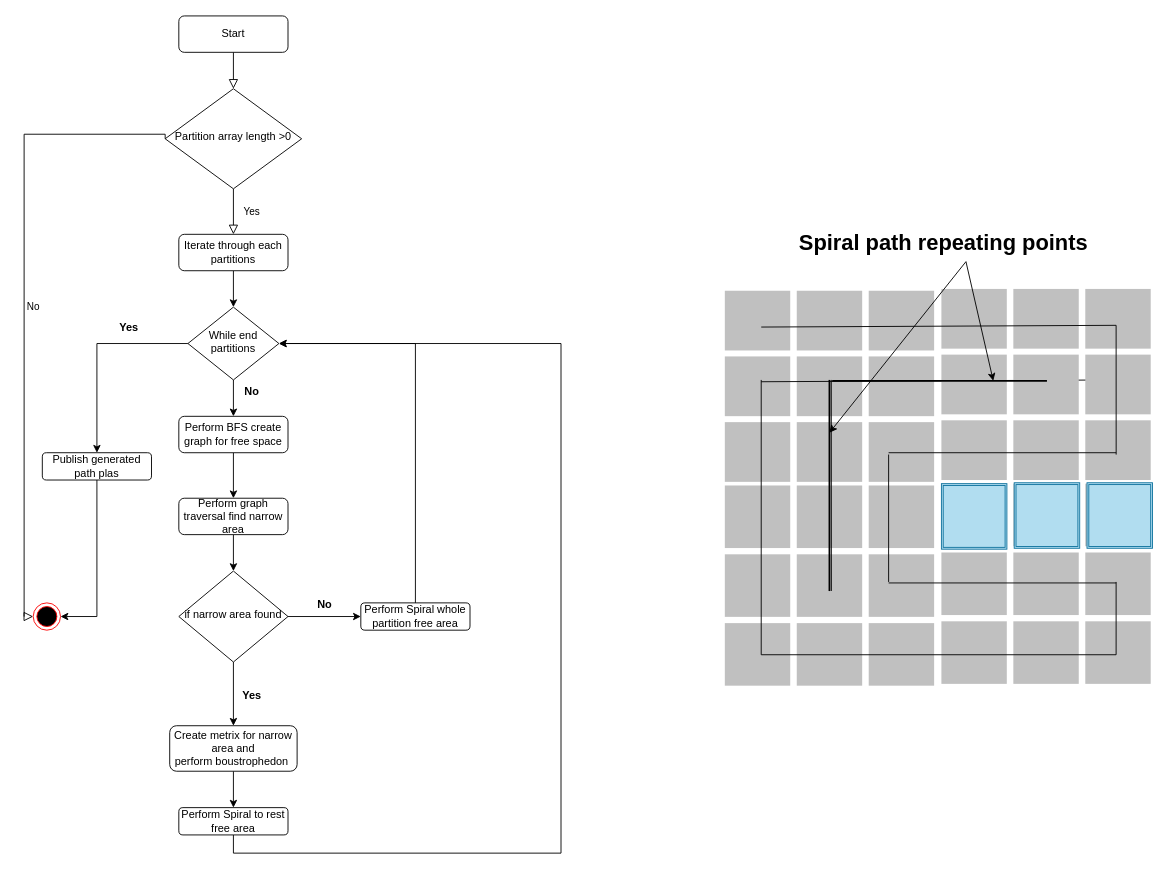
This is page "Page-3" (3 of 3) of Path planning flow chart.drawio from RandikaVS/Edfoci-chat-server, a draw.io file, before an edit. Source tidied: cells renumbered, new cells numbered last; positions are measured from the earlier drawing's top-left corner, leaving out a move shared by most shapes. Both pictures are drawn from the tidied source at 91%, with x=0, y=0 at pixel (24, 15).
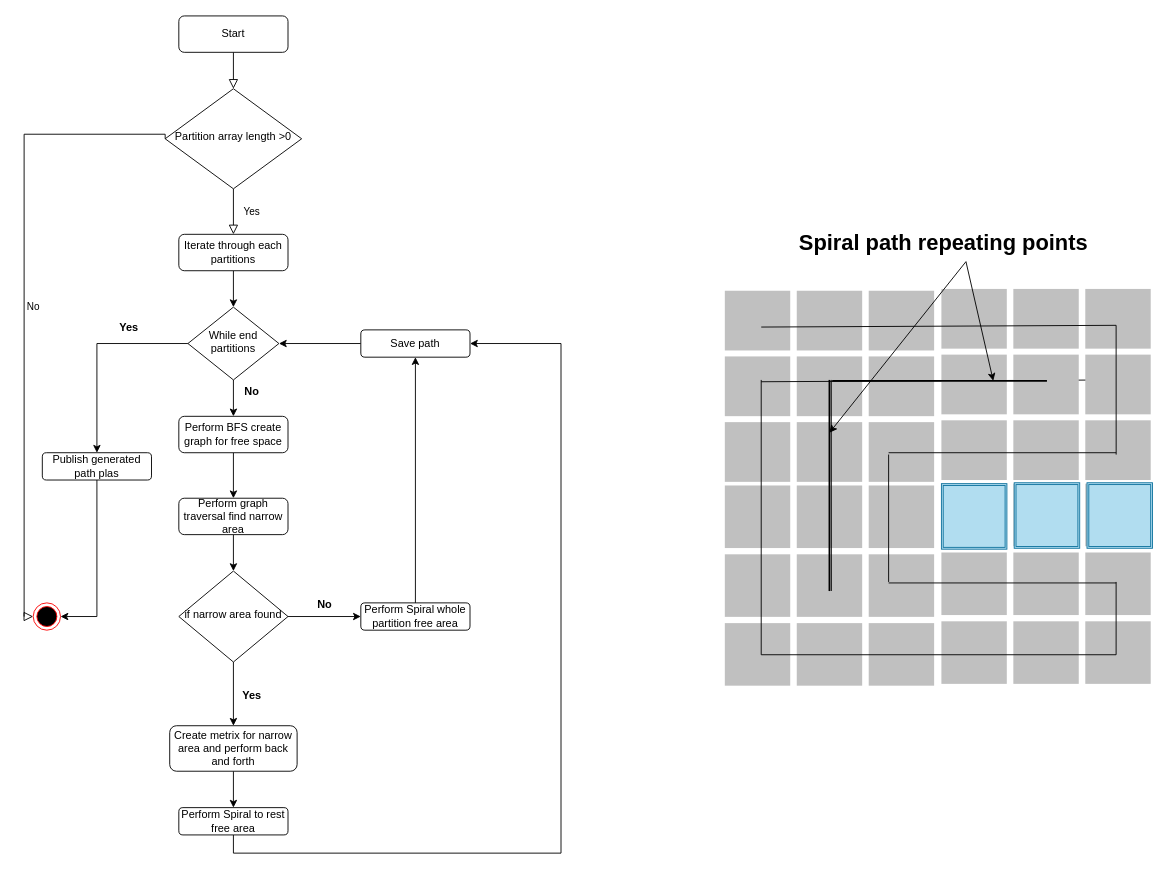
Above is the later version.

Unchanged cells that the change refers to:
```xml
<mxCell id="13" value="While end partitions" style="rhombus;whiteSpace=wrap;html=1;shadow=0;fontFamily=Helvetica;fontSize=12;align=center;strokeWidth=1;spacing=6;spacingTop=-4;" parent="1" vertex="1">
  <mxGeometry x="180" y="320" width="100" height="80" as="geometry" />
</mxCell>
<mxCell id="25" value="Perform Spiral to rest free area" style="rounded=1;whiteSpace=wrap;html=1;fontSize=12;glass=0;strokeWidth=1;shadow=0;" parent="1" vertex="1">
  <mxGeometry x="170" y="870" width="120" height="30" as="geometry" />
</mxCell>
<mxCell id="29" value="Perform Spiral whole partition free area" style="rounded=1;whiteSpace=wrap;html=1;fontSize=12;glass=0;strokeWidth=1;shadow=0;" parent="1" vertex="1">
  <mxGeometry x="370" y="645" width="120" height="30" as="geometry" />
</mxCell>
```

The edit, as a diff of the source:
```diff
@@
-    <mxCell id="22" value="Create metrix for narrow area and perform&amp;nbsp;boustrophedon&amp;nbsp;" style="rounded=1;whiteSpace=wrap;html=1;fontSize=12;glass=0;strokeWidth=1;shadow=0;" parent="1" vertex="1">
+    <mxCell id="22" value="Create metrix for narrow area and perform back and forth" style="rounded=1;whiteSpace=wrap;html=1;fontSize=12;glass=0;strokeWidth=1;shadow=0;" parent="1" vertex="1">
       <mxGeometry x="160" y="780" width="140" height="50" as="geometry" />
     </mxCell>
@@
-    <mxCell id="24" style="edgeStyle=orthogonalEdgeStyle;rounded=0;jettySize=auto;html=1;exitX=0.5;exitY=1;exitDx=0;exitDy=0;entryX=1;entryY=0.5;entryDx=0;entryDy=0;" parent="1" edge="1" source="25" target="13">
+    <mxCell id="24" style="edgeStyle=orthogonalEdgeStyle;rounded=0;jettySize=auto;html=1;exitX=0.5;exitY=1;exitDx=0;exitDy=0;entryX=1;entryY=0.5;entryDx=0;entryDy=0;" parent="1" edge="1" source="25" target="58">
       <mxGeometry relative="1" as="geometry">
         <Array as="points">
           <mxPoint x="230" y="920" />
           <mxPoint x="590" y="920" />
           <mxPoint x="590" y="360" />
         </Array>
       </mxGeometry>
     </mxCell>
@@
-    <mxCell id="28" style="edgeStyle=orthogonalEdgeStyle;rounded=0;jettySize=auto;html=1;exitX=0.5;exitY=0;exitDx=0;exitDy=0;entryX=1;entryY=0.5;entryDx=0;entryDy=0;" parent="1" edge="1" source="29" target="13">
+    <mxCell id="28" style="edgeStyle=orthogonalEdgeStyle;rounded=0;jettySize=auto;html=1;exitX=0.5;exitY=0;exitDx=0;exitDy=0;" parent="1" edge="1" source="29" target="58">
       <mxGeometry relative="1" as="geometry" />
     </mxCell>
@@
+    <mxCell id="57" style="edgeStyle=orthogonalEdgeStyle;rounded=0;jettySize=auto;html=1;entryX=1;entryY=0.5;entryDx=0;entryDy=0;" parent="1" edge="1" source="58" target="13">
+      <mxGeometry relative="1" as="geometry" />
+    </mxCell>
+    <mxCell id="58" value="Save path" style="rounded=1;whiteSpace=wrap;html=1;fontSize=12;glass=0;strokeWidth=1;shadow=0;" parent="1" vertex="1">
+      <mxGeometry x="370" y="345" width="120" height="30" as="geometry" />
+    </mxCell>
```
